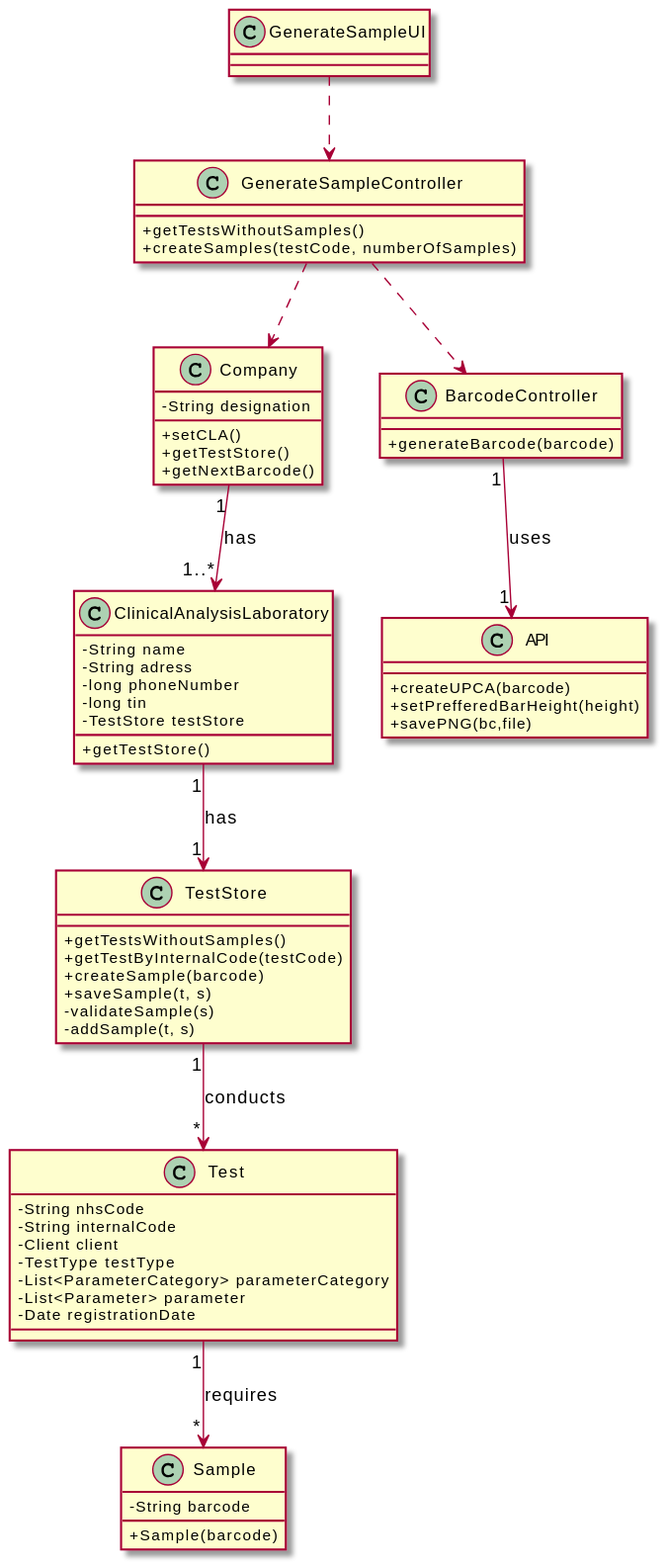
Before: docs/SprintD/US_1/UC1_CD.svg, a diagram exported from PlantUML (RuiRioPina/LAPR2-20-21).
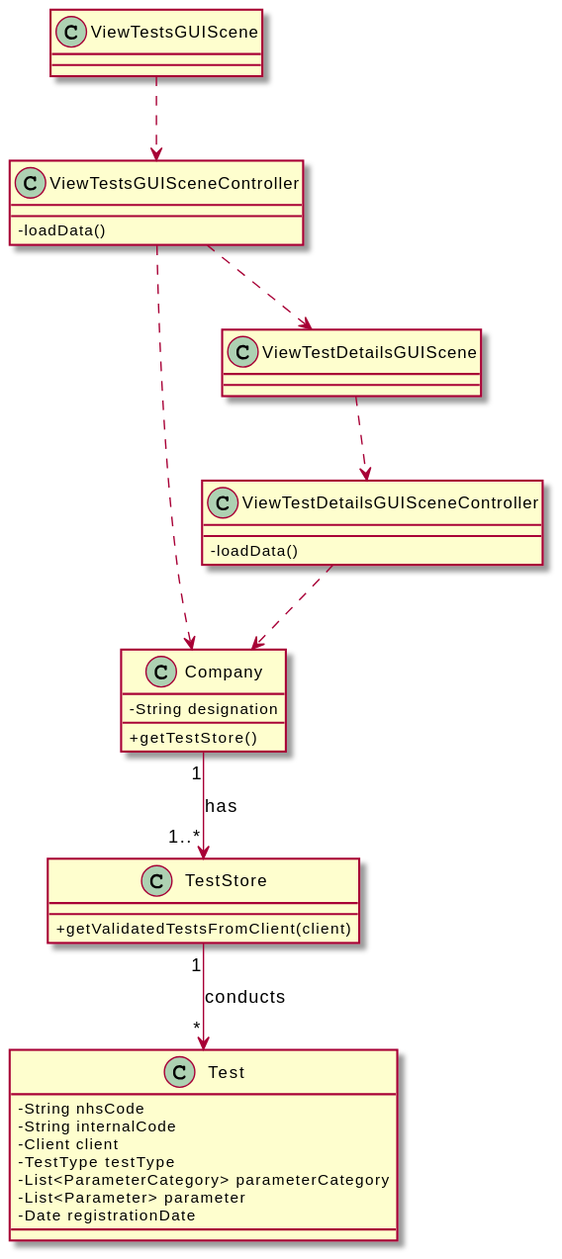
Later version of the same file.

The edit, as a diff of the source:
```diff
@@ -4,19 +4,9 @@
 class Company
 {
   -String designation
-  +setCLA()
   +getTestStore()
-  +getNextBarcode()
 }
 
-class ClinicalAnalysisLaboratory {
-  -String name
-  -String adress
-  -long phoneNumber
-  -long tin
-  -TestStore testStore
-  +getTestStore()
-}
 
 class Test {
   -String nhsCode
@@ -28,44 +18,29 @@
   -Date registrationDate
 }
 
-class Sample {
-  -String barcode
-  +Sample(barcode)
+class TestStore {
+  +getValidatedTestsFromClient(client)
 }
 
-class TestStore {
-  +getTestsWithoutSamples()
-  +getTestByInternalCode(testCode)
-  +createSample(barcode)
-  +saveSample(t, s)
-  -validateSample(s)
-  -addSample(t, s)
+class ViewTestsGUIScene {
 }
 
-class BarcodeController {
-  +generateBarcode(barcode)
+class ViewTestsGUISceneController {
+  -loadData()
 }
 
-class API {
-  +createUPCA(barcode)
-  +setPrefferedBarHeight(height)
-  +savePNG(bc,file)
+class ViewTestDetailsGUIScene {
 }
 
-class GenerateSampleUI {
+class ViewTestDetailsGUISceneController {
+  -loadData()
 }
 
-class GenerateSampleController {
-  +getTestsWithoutSamples()
-  +createSamples(testCode, numberOfSamples)
-}
-
-GenerateSampleUI ..> GenerateSampleController
-GenerateSampleController ..> Company
-GenerateSampleController ..> BarcodeController
-Company "1" --> "1..*" ClinicalAnalysisLaboratory : has
-ClinicalAnalysisLaboratory "1" --> "1" TestStore : has
+ViewTestsGUIScene ..> ViewTestsGUISceneController
+ViewTestsGUISceneController ..> ViewTestDetailsGUIScene
+ViewTestDetailsGUIScene ..> ViewTestDetailsGUISceneController
+ViewTestsGUISceneController ..> Company
+ViewTestDetailsGUISceneController ..> Company
+Company "1" --> "1..*" TestStore : has
 TestStore "1" --> "*" Test : conducts
-Test "1" --> "*" Sample : requires
-BarcodeController "1" --> "1" API : uses
 @enduml
```
